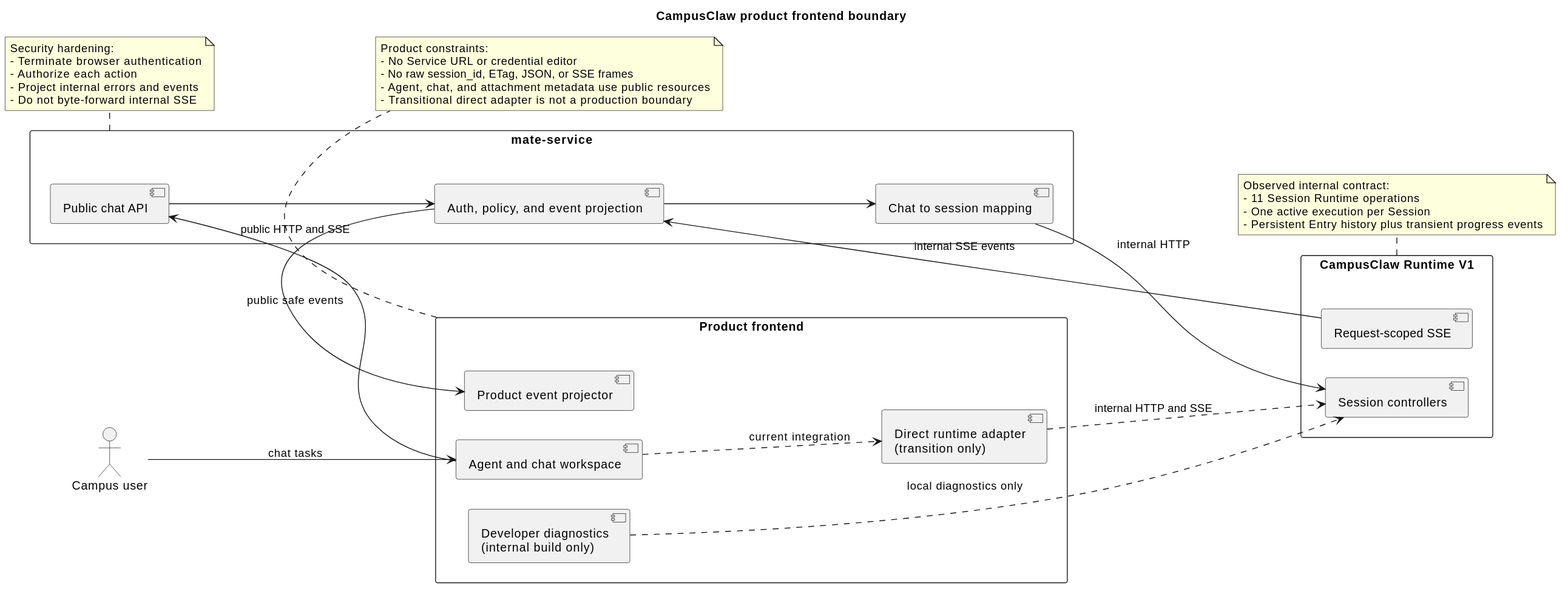
Above: docs/designs/campusclaw-frontend/frontend_product_boundary.svg in 2862282695gjh-afk/pi-mono-java (PlantUML), before the change.
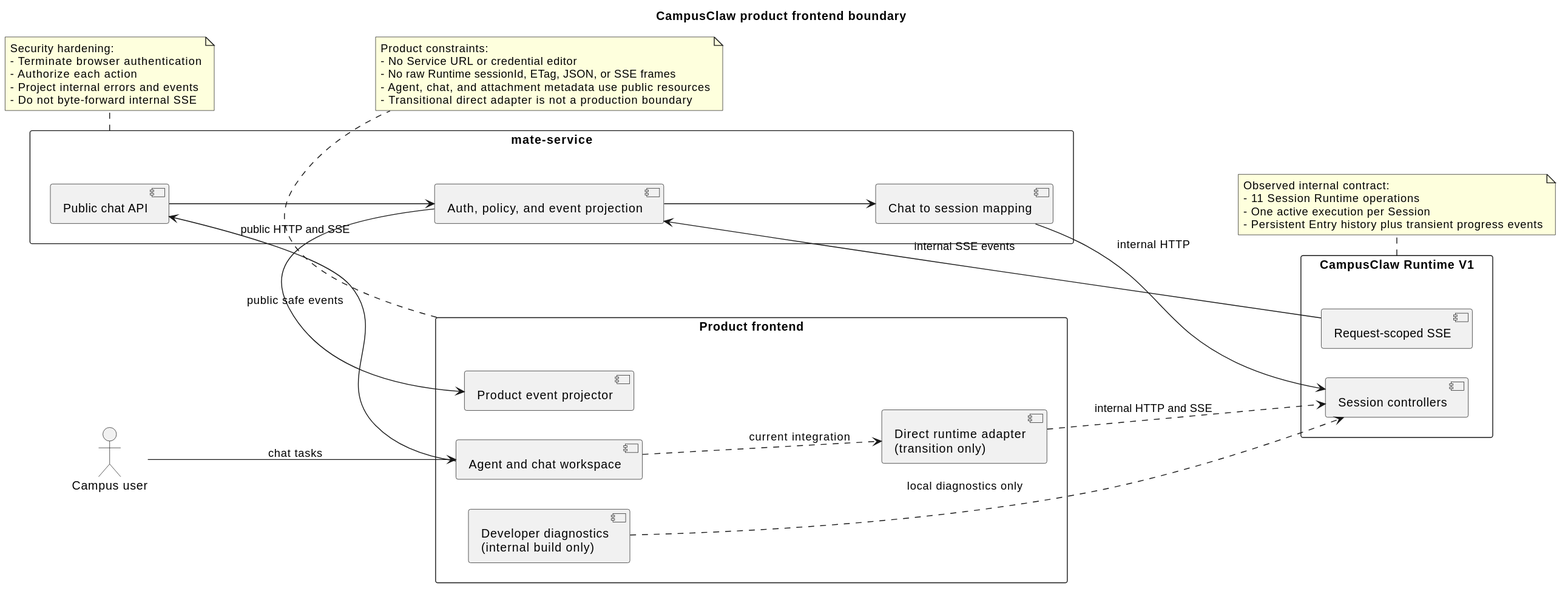
The same file after the commit.

What changed in the source:
```diff
@@ -36,7 +36,7 @@
 note bottom of Frontend
 Product constraints:
 - No Service URL or credential editor
-- No raw session_id, ETag, JSON, or SSE frames
+- No raw Runtime sessionId, ETag, JSON, or SSE frames
 - Agent, chat, and attachment metadata use public resources
 - Transitional direct adapter is not a production boundary
 end note
```
